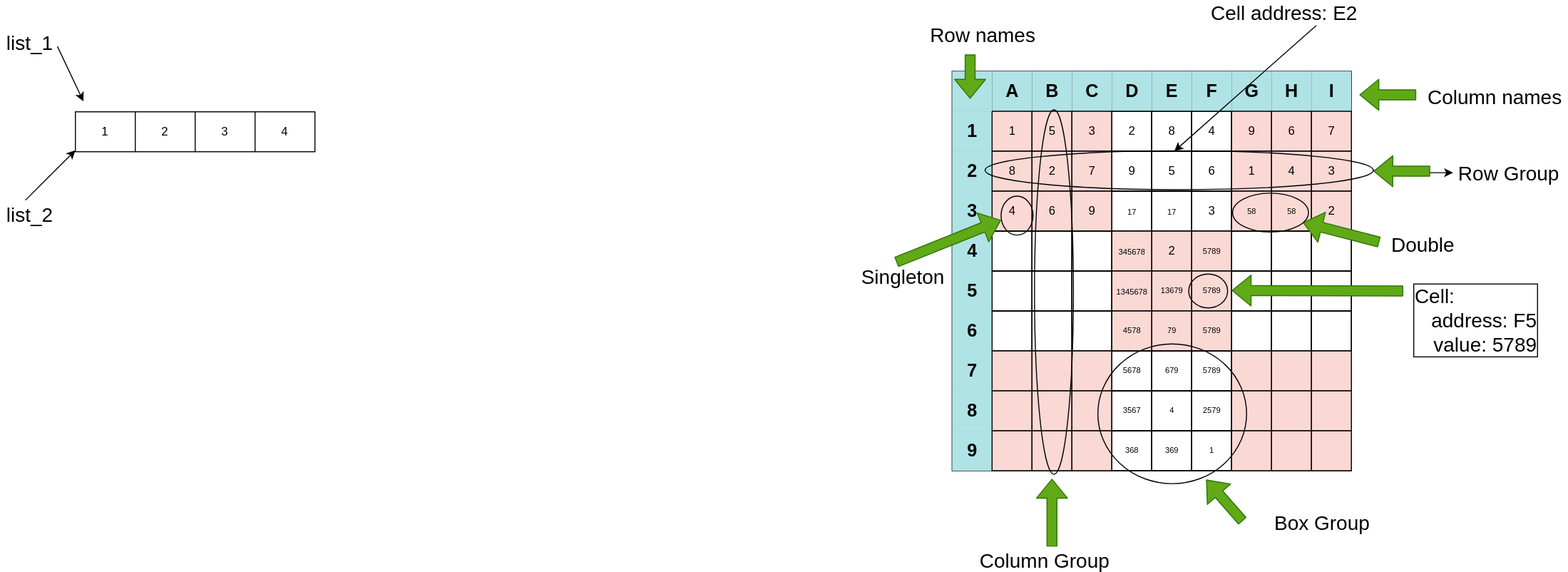
Above: images/DataStructureDiagrams.svg in billwright/GridPuzzles (draw.io), before the change. Source tidied: cells renumbered, new cells last; positions are measured from the earlier drawing's top-left corner, leaving out a move shared by most shapes.
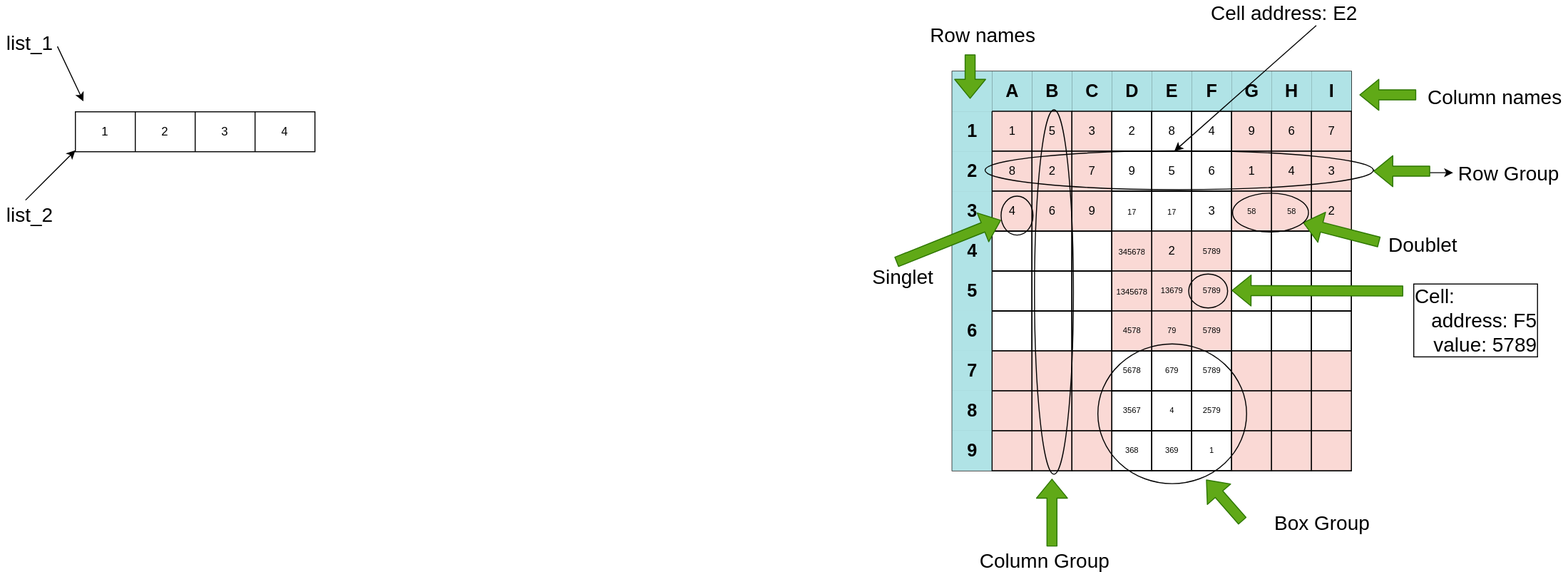
Above is the later version.

Commit message:
Updated names to singlet and doublet

The edit, as a diff of the source:
```diff
@@ -409,8 +409,8 @@
     <mxCell id="131" value="&lt;div style=&quot;text-align: left&quot;&gt;&lt;span style=&quot;font-size: 20px&quot;&gt;Cell:&lt;/span&gt;&lt;/div&gt;&lt;font style=&quot;font-size: 20px&quot;&gt;&lt;div style=&quot;text-align: right&quot;&gt;&lt;span&gt;&amp;nbsp; &amp;nbsp;address: F5&lt;/span&gt;&lt;/div&gt;&lt;div style=&quot;text-align: right&quot;&gt;&lt;span&gt;value: 5789&lt;/span&gt;&lt;/div&gt;&lt;/font&gt;" style="text;html=1;align=center;verticalAlign=middle;rounded=0;labelBackgroundColor=none;fontSize=8;labelBorderColor=#000000;" parent="1" vertex="1">
       <mxGeometry x="1411.5" y="298" width="132" height="38" as="geometry" />
     </mxCell>
-    <mxCell id="132" value="&lt;font style=&quot;font-size: 20px&quot;&gt;Double&lt;/font&gt;" style="text;html=1;align=center;verticalAlign=middle;rounded=0;labelBackgroundColor=none;fontSize=8;" parent="1" vertex="1">
-      <mxGeometry x="1388.5" y="232" width="73" height="18" as="geometry" />
+    <mxCell id="132" value="&lt;font style=&quot;font-size: 20px&quot;&gt;Doublet&lt;/font&gt;" style="text;html=1;align=center;verticalAlign=middle;rounded=0;labelBackgroundColor=none;fontSize=8;" parent="1" vertex="1">
+      <mxGeometry x="1385.5" y="232" width="79" height="18" as="geometry" />
     </mxCell>
     <mxCell id="133" style="shape=flexArrow;endArrow=classic;html=1;fontSize=8;fillColor=#60a917;strokeColor=#2D7600;entryX=0.926;entryY=0.752;entryDx=0;entryDy=0;entryPerimeter=0;" parent="1" edge="1" target="134">
       <mxGeometry relative="1" as="geometry">
@@ -420,8 +420,8 @@
     <mxCell id="134" style="ellipse;whiteSpace=wrap;html=1;labelBackgroundColor=none;strokeColor=#000000;fontSize=8;fillColor=none;" parent="1" vertex="1">
       <mxGeometry x="1234.5" y="190" width="76" height="39" as="geometry" />
     </mxCell>
-    <mxCell id="135" value="&lt;font style=&quot;font-size: 20px&quot;&gt;Singleton&lt;/font&gt;" style="text;html=1;align=center;verticalAlign=middle;rounded=0;labelBackgroundColor=none;fontSize=8;" parent="1" vertex="1">
-      <mxGeometry x="857" y="264" width="93" height="18" as="geometry" />
+    <mxCell id="135" value="&lt;font style=&quot;font-size: 20px&quot;&gt;Singlet&lt;/font&gt;" style="text;html=1;align=center;verticalAlign=middle;rounded=0;labelBackgroundColor=none;fontSize=8;" parent="1" vertex="1">
+      <mxGeometry x="868" y="264" width="71" height="18" as="geometry" />
     </mxCell>
     <mxCell id="136" style="ellipse;whiteSpace=wrap;html=1;labelBackgroundColor=none;strokeColor=#000000;fontSize=8;fillColor=none;" parent="1" vertex="1">
       <mxGeometry x="1002.5" y="193" width="32" height="39" as="geometry" />
```
